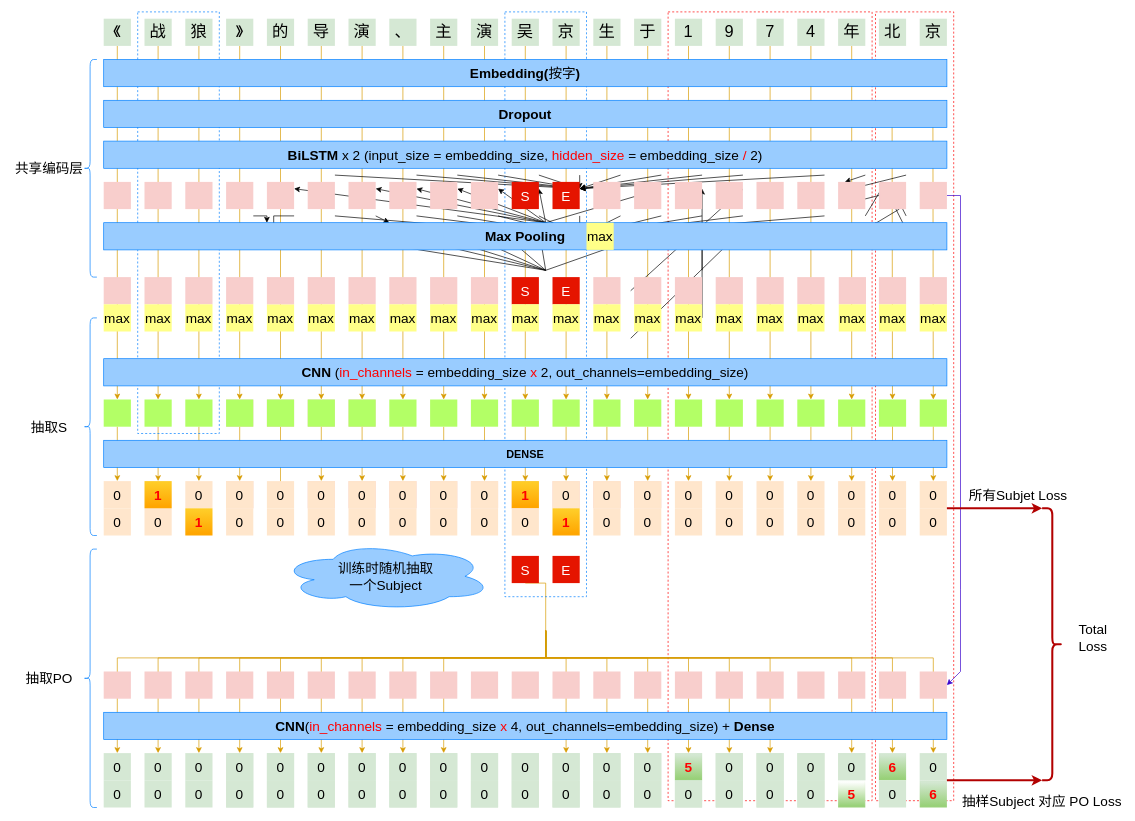
The draw.io diagram 99_resources/11_img/Untitled Diagram.drawio in dataml-cn/playground, before the edit. Source tidied: cells renumbered, new cells numbered last; positions are measured from the earlier drawing's top-left corner, leaving out a move shared by most shapes. Both pictures are drawn from the tidied source at 68%, with x=0, y=0 at pixel (12, 12).
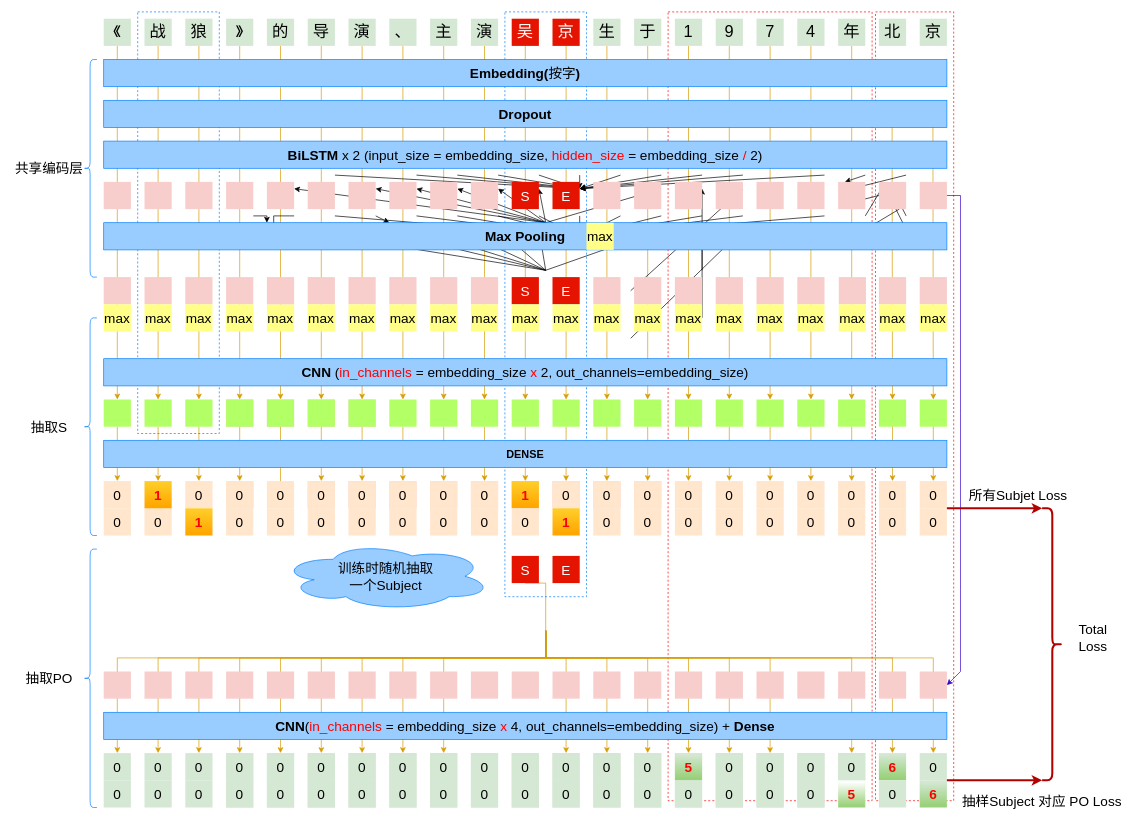
The same diagram, later.

What changed in the source:
```diff
@@
-    <mxCell id="70" value="&lt;font style=&quot;font-size: 24px;&quot;&gt;吴&lt;/font&gt;" style="shape=ext;double=1;rounded=0;whiteSpace=wrap;html=1;fillColor=#d5e8d4;strokeColor=none;fontSize=24;" parent="1" vertex="1">
+    <mxCell id="70" value="&lt;font style=&quot;font-size: 24px;&quot;&gt;吴&lt;/font&gt;" style="shape=ext;double=1;rounded=0;whiteSpace=wrap;html=1;fillColor=#e51400;fontSize=24;fontColor=#ffffff;strokeColor=none;" parent="1" vertex="1">
       <mxGeometry x="735" y="10" width="40" height="40" as="geometry" />
     </mxCell>
-    <mxCell id="71" value="&lt;font style=&quot;font-size: 24px;&quot;&gt;京&lt;/font&gt;" style="shape=ext;double=1;rounded=0;whiteSpace=wrap;html=1;fillColor=#d5e8d4;strokeColor=none;fontSize=24;" parent="1" vertex="1">
+    <mxCell id="71" value="&lt;font style=&quot;font-size: 24px;&quot;&gt;京&lt;/font&gt;" style="shape=ext;double=1;rounded=0;whiteSpace=wrap;html=1;fillColor=#e51400;fontSize=24;fontColor=#ffffff;strokeColor=none;" parent="1" vertex="1">
       <mxGeometry x="795" y="10" width="40" height="40" as="geometry" />
     </mxCell>
```
